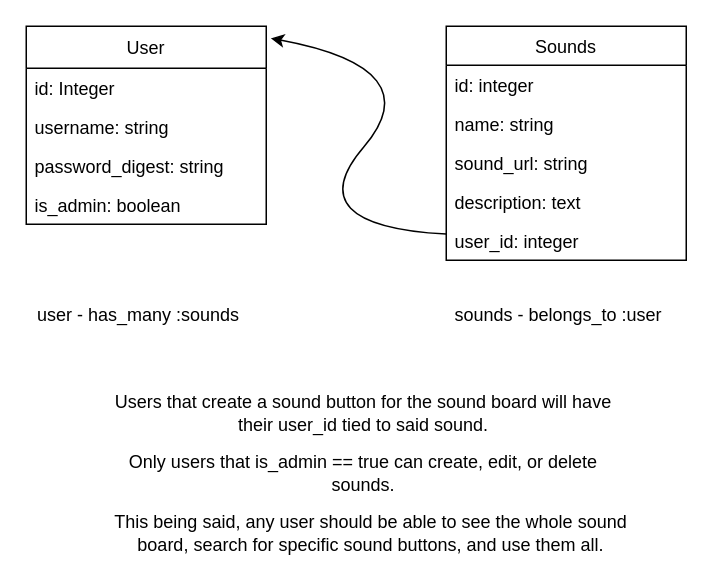
The draw.io diagram test.drawio in Duke1014/soundboard, before the edit. Source tidied: cells renumbered, new cells numbered last; positions are measured from the earlier drawing's top-left corner, leaving out a move shared by most shapes. Both pictures are drawn from the tidied source at 150%, with x=0, y=0 at pixel (26, 26).
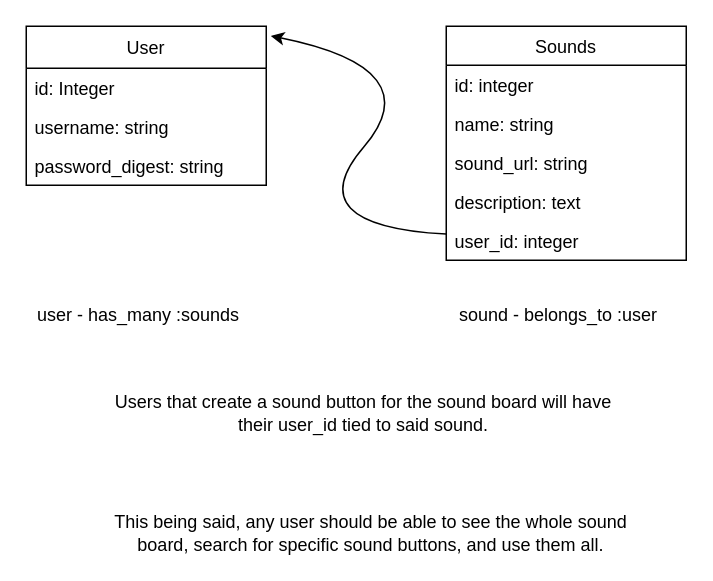
The same diagram, later.

Change to the diagram source:
```diff
@@
     <mxCell id="2" value="User" style="swimlane;fontStyle=0;horizontal=1;startSize=28;" parent="1" vertex="1">
-      <mxGeometry width="160" height="132" as="geometry" />
+      <mxGeometry width="160" height="106" as="geometry" />
     </mxCell>
@@
-    <mxCell id="6" value="is_admin: boolean" style="text;strokeColor=none;fillColor=none;align=left;verticalAlign=top;spacingLeft=4;spacingRight=4;overflow=hidden;" parent="2" vertex="1">
-      <mxGeometry y="106" width="160" height="26" as="geometry" />
-    </mxCell>
@@
-    <mxCell id="15" value="sounds - belongs_to :user" style="text;html=1;strokeColor=none;fillColor=none;align=center;verticalAlign=middle;whiteSpace=wrap;rounded=0;" parent="1" vertex="1">
+    <mxCell id="15" value="sound - belongs_to :user" style="text;html=1;strokeColor=none;fillColor=none;align=center;verticalAlign=middle;whiteSpace=wrap;rounded=0;" parent="1" vertex="1">
       <mxGeometry x="270" y="183" width="170" height="20" as="geometry" />
     </mxCell>
@@
-    <mxCell id="18" value="Only users that is_admin == true can create, edit, or delete sounds." style="text;html=1;strokeColor=none;fillColor=none;align=center;verticalAlign=middle;whiteSpace=wrap;rounded=0;" parent="1" vertex="1">
-      <mxGeometry x="50" y="288" width="350" height="20" as="geometry" />
-    </mxCell>
```
